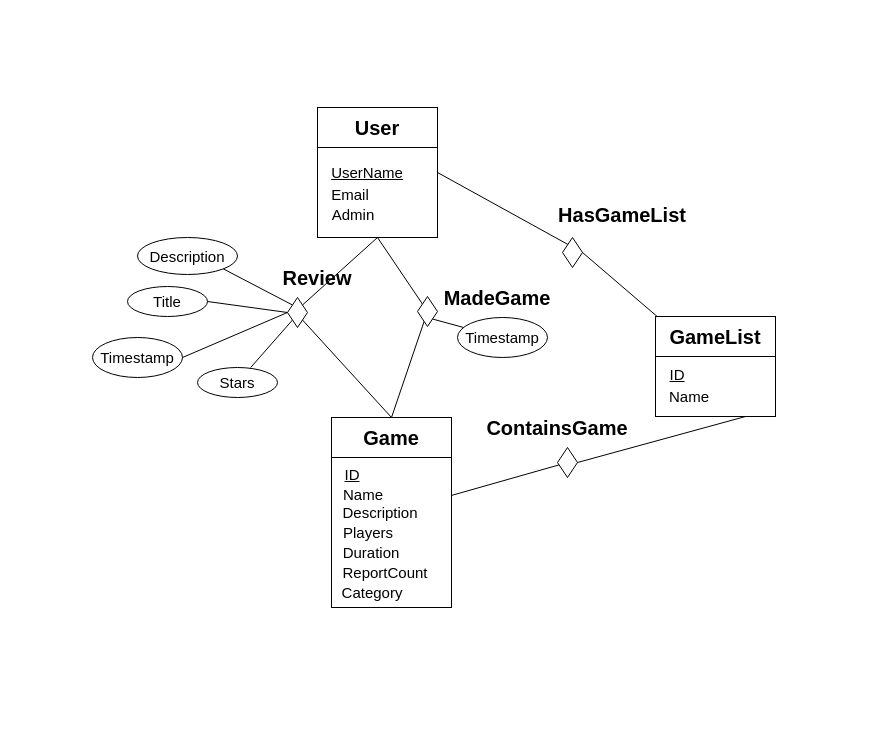
The draw.io diagram backend/databaseModel/model.drawio in G-dubbbz/bryt-isen, before the edit. Source tidied: cells renumbered, new cells numbered last; positions are measured from the earlier drawing's top-left corner, leaving out a move shared by most shapes. Both pictures are drawn from the tidied source at 100%, with x=0, y=0 at pixel (92, 107).
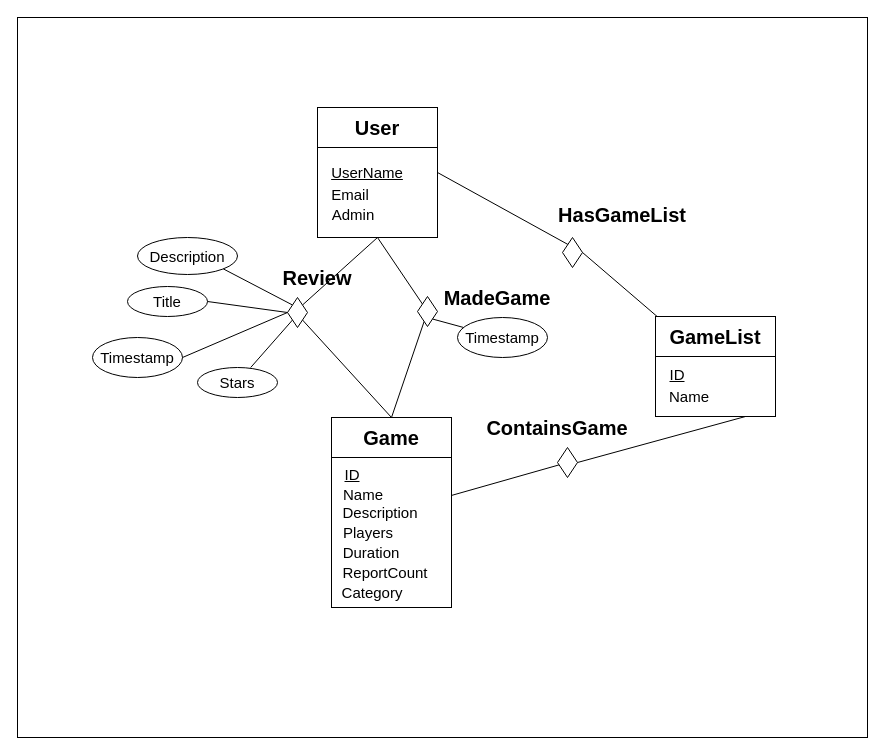
Above is the later version.

Change to the diagram source:
```diff
@@
+    <mxCell id="59" style="rounded=0;whiteSpace=wrap;html=1;strokeColor=default;fontSize=15;fillColor=default;gradientColor=none;" parent="1" vertex="1">
+      <mxGeometry x="-75" y="-90" width="850" height="720" as="geometry" />
+    </mxCell>
```
